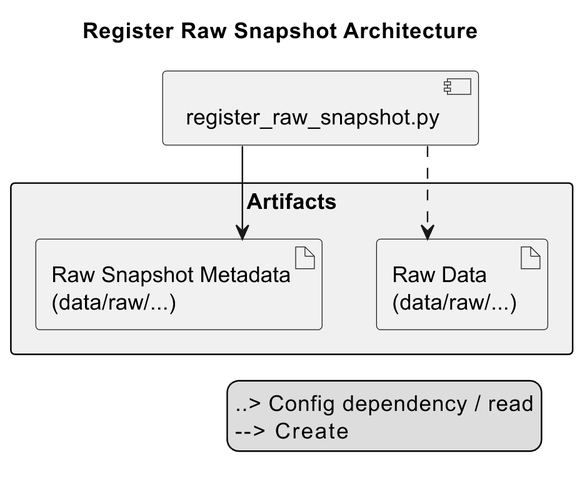
Before: docs/architecture/img/register_raw_snapshot.png, a diagram exported from PlantUML (Sebastijan-Dominis/ml-workflow-engine). Its source is kept beside it as docs/architecture/uml/register_raw_snapshot.puml.
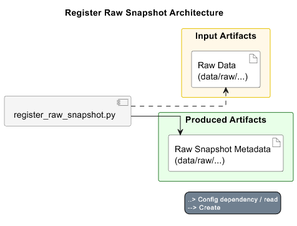
Later version of the same file.

Change to the diagram source:
```diff
@@ -1,21 +1,20 @@
 @startuml Register Raw Snapshot Architecture
 title Register Raw Snapshot Architecture
+!include architecture-theme.puml
+left to right direction
 
 skinparam shadowing false
 skinparam linetype ortho
 skinparam packageStyle rectangle
 
-skinparam package {
-    BorderColor black
-    BackgroundColor #f0f0f0
-    Shadowing false
+component script as "register_raw_snapshot.py" <<script>>
+
+package "Input Artifacts"<<InputArtifacts>> {
+    artifact raw_data as "Raw Data\n(data/raw/...)" <<artifact>>
 }
 
-component script as "register_raw_snapshot.py"
-
-package "Artifacts" {
-    artifact raw_data as "Raw Data\n(data/raw/...)"
-    artifact metadata as "Raw Snapshot Metadata\n(data/raw/...)"
+package "Produced Artifacts"<<ProducedArtifacts>> {
+    artifact metadata as "Raw Snapshot Metadata\n(data/raw/...)" <<artifact>>
 }
 
 script ..> raw_data
```
